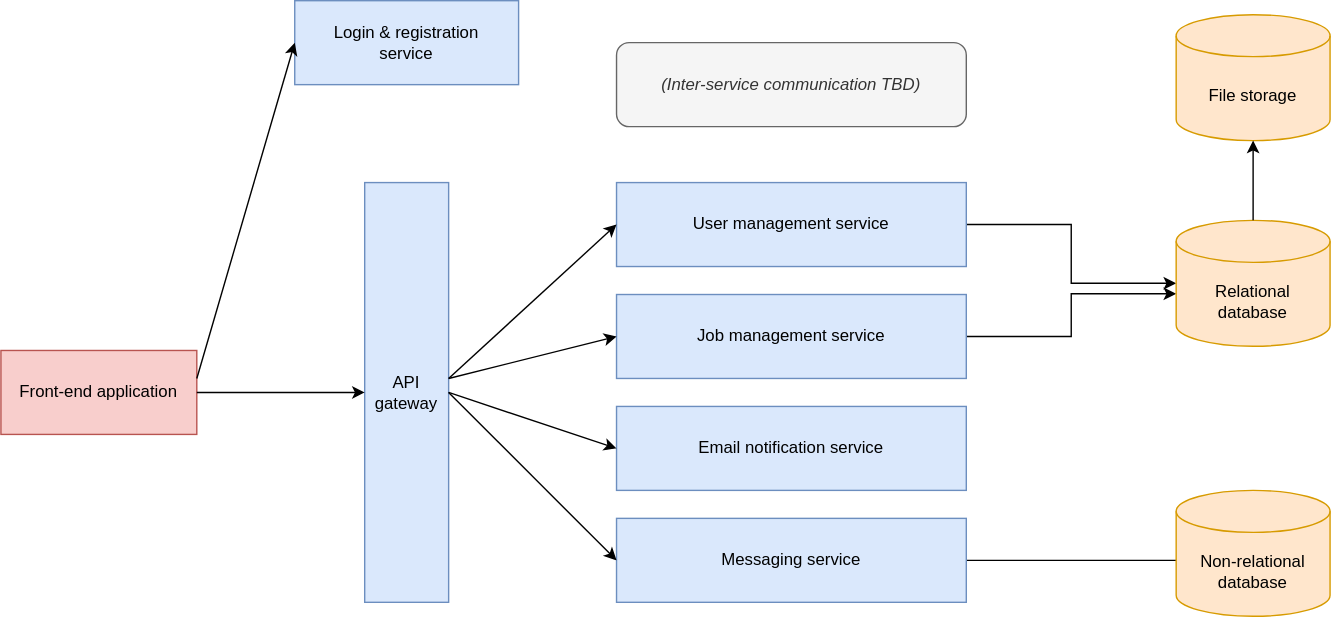
Before: assets/system-design.svg, a diagram exported from draw.io (erikdvlp/BlueCollar). Source tidied: cells renumbered, new cells last; positions are measured from the earlier drawing's top-left corner, leaving out a move shared by most shapes.
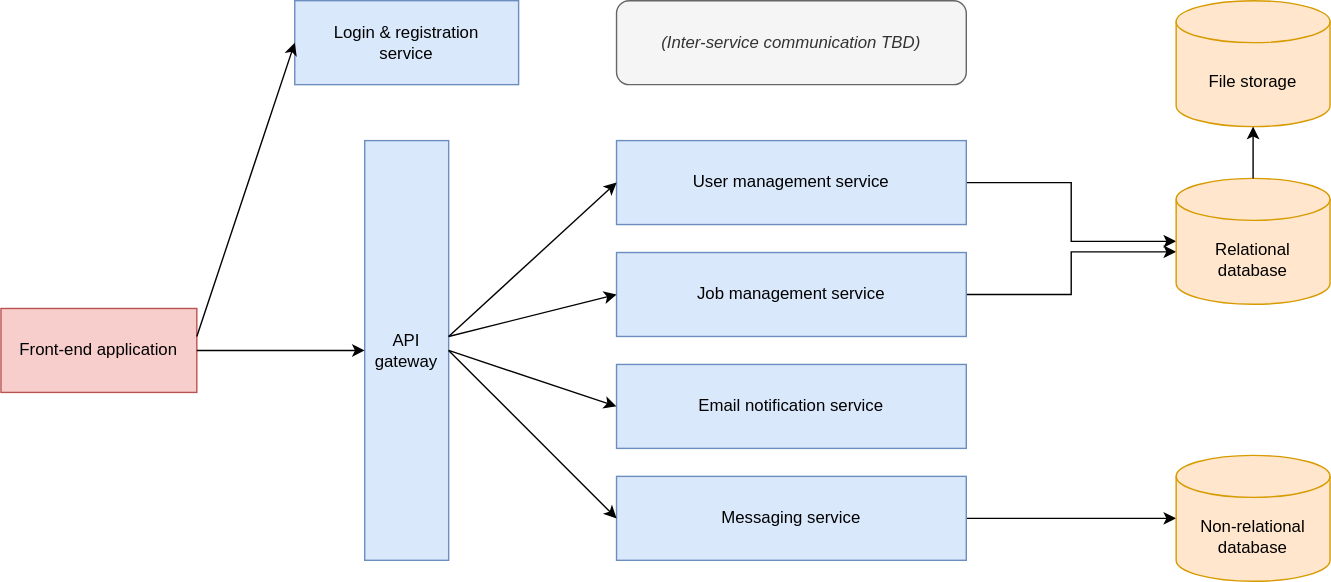
The same diagram one commit later.

Change to the diagram source:
```diff
@@ -20,7 +20,7 @@
     <mxCell id="7" value="Job management service" style="rounded=0;whiteSpace=wrap;html=1;fillColor=#dae8fc;strokeColor=#6c8ebf;" parent="1" vertex="1">
       <mxGeometry x="440" y="210" width="250" height="60" as="geometry" />
     </mxCell>
-    <mxCell id="8" style="edgeStyle=orthogonalEdgeStyle;rounded=0;jettySize=auto;html=1;exitX=1;exitY=0.5;exitDx=0;exitDy=0;entryX=0.143;entryY=0.556;entryDx=0;entryDy=0;entryPerimeter=0;" parent="1" edge="1" source="9" target="13">
+    <mxCell id="8" style="edgeStyle=orthogonalEdgeStyle;rounded=0;jettySize=auto;html=1;exitX=1;exitY=0.5;exitDx=0;exitDy=0;entryX=0;entryY=0.5;entryDx=0;entryDy=0;entryPerimeter=0;" parent="1" edge="1" source="9" target="13">
       <mxGeometry relative="1" as="geometry" />
     </mxCell>
     <mxCell id="9" value="Messaging service" style="rounded=0;whiteSpace=wrap;html=1;fillColor=#dae8fc;strokeColor=#6c8ebf;" parent="1" vertex="1">
@@ -33,10 +33,10 @@
       <mxGeometry x="840" y="157" width="110" height="90" as="geometry" />
     </mxCell>
     <mxCell id="12" value="File storage" style="shape=cylinder3;whiteSpace=wrap;html=1;boundedLbl=1;backgroundOutline=1;size=15;fillColor=#ffe6cc;strokeColor=#d79b00;" parent="1" vertex="1">
-      <mxGeometry x="840" y="10" width="110" height="90" as="geometry" />
+      <mxGeometry x="840" y="30" width="110" height="90" as="geometry" />
     </mxCell>
     <mxCell id="13" value="Non-relational database" style="shape=cylinder3;whiteSpace=wrap;html=1;boundedLbl=1;backgroundOutline=1;size=15;fillColor=#ffe6cc;strokeColor=#d79b00;" parent="1" vertex="1">
-      <mxGeometry x="840" y="350" width="110" height="90" as="geometry" />
+      <mxGeometry x="840" y="355" width="110" height="90" as="geometry" />
     </mxCell>
     <mxCell id="14" style="endArrow=classic;html=1;entryX=0;entryY=0.5;entryDx=0;entryDy=0;" parent="1" edge="1" target="5">
       <mxGeometry relative="1" as="geometry">
@@ -61,7 +61,7 @@
       <mxGeometry relative="1" as="geometry" />
     </mxCell>
     <mxCell id="20" value="Login &amp;amp; registration&lt;br&gt;service" style="rounded=0;whiteSpace=wrap;html=1;fillColor=#dae8fc;strokeColor=#6c8ebf;" parent="1" vertex="1">
-      <mxGeometry x="210" width="160" height="60" as="geometry" />
+      <mxGeometry x="210" y="30" width="160" height="60" as="geometry" />
     </mxCell>
     <mxCell id="21" style="endArrow=classic;html=1;entryX=0;entryY=0.5;entryDx=0;entryDy=0;" parent="1" edge="1" target="20">
       <mxGeometry relative="1" as="geometry">
```
